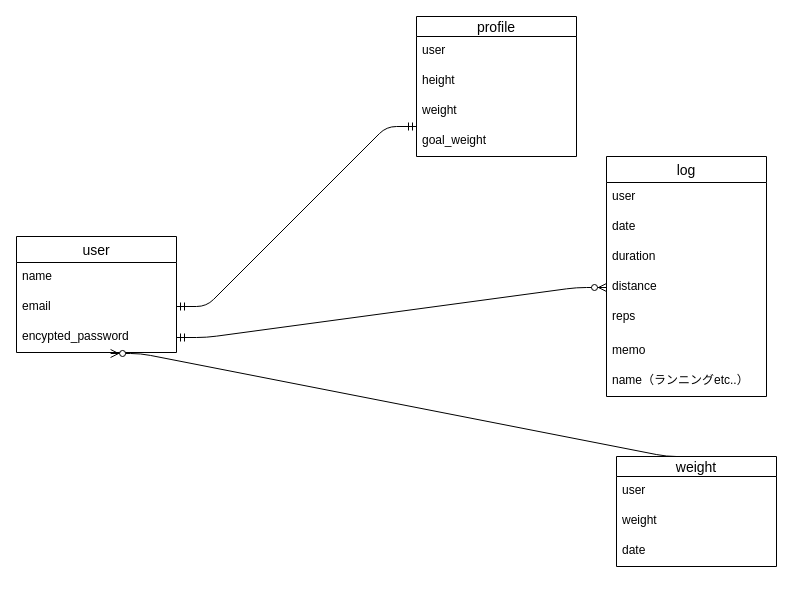
This is test.dio from yuuuuuuuka/my_step, a draw.io file, before an edit. Source tidied: cells renumbered, new cells numbered last; positions are measured from the earlier drawing's top-left corner, leaving out a move shared by most shapes. Both pictures are drawn from the tidied source at 100%, with x=0, y=0 at pixel (16, 16).
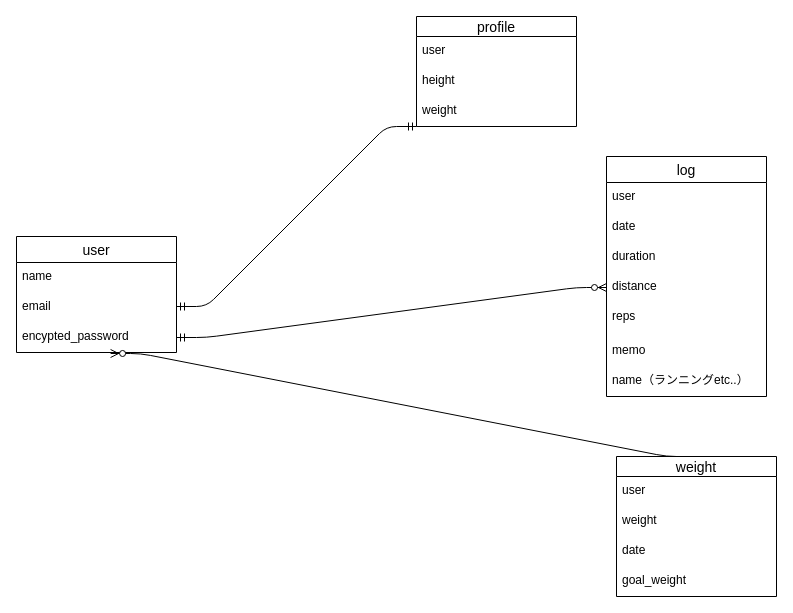
The same diagram, later.

The edit, as a diff of the source:
```diff
@@
     <mxCell id="7" value="profile" style="swimlane;fontStyle=0;horizontal=1;startSize=20;align=center;fontSize=14;" parent="1" vertex="1">
-      <mxGeometry x="400" width="160" height="140" as="geometry" />
+      <mxGeometry x="400" width="160" height="110" as="geometry" />
     </mxCell>
@@
-    <mxCell id="11" value="goal_weight" style="text;strokeColor=none;fillColor=none;spacingLeft=4;spacingRight=4;overflow=hidden;fontSize=12;" parent="7" vertex="1">
-      <mxGeometry y="110" width="160" height="30" as="geometry" />
-    </mxCell>
@@
     <mxCell id="21" value="weight" style="swimlane;fontStyle=0;horizontal=1;startSize=20;align=center;fontSize=14;" parent="1" vertex="1">
-      <mxGeometry x="600" y="440" width="160" height="110" as="geometry" />
+      <mxGeometry x="600" y="440" width="160" height="140" as="geometry" />
     </mxCell>
@@
+    <mxCell id="11" value="goal_weight&#10;&#10;" style="text;strokeColor=none;fillColor=none;spacingLeft=4;spacingRight=4;overflow=hidden;fontSize=12;" parent="21" vertex="1">
+      <mxGeometry y="110" width="160" height="30" as="geometry" />
+    </mxCell>
```
